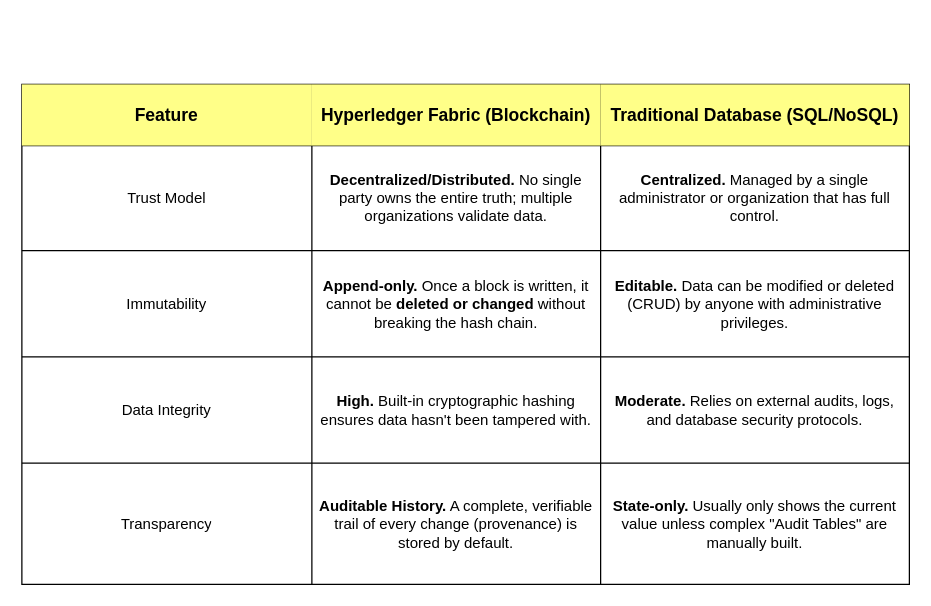
SifisoMzansi/architecture-diagrams keeps this draw.io diagram as BlockchainVSTraditionalDB.drawio. Above is the earlier version. Source tidied: cells renumbered, new cells numbered last; positions are measured from the earlier drawing's top-left corner, leaving out a move shared by most shapes. Both pictures are drawn from the tidied source at 125%, with x=0, y=0 at pixel (21, 84).
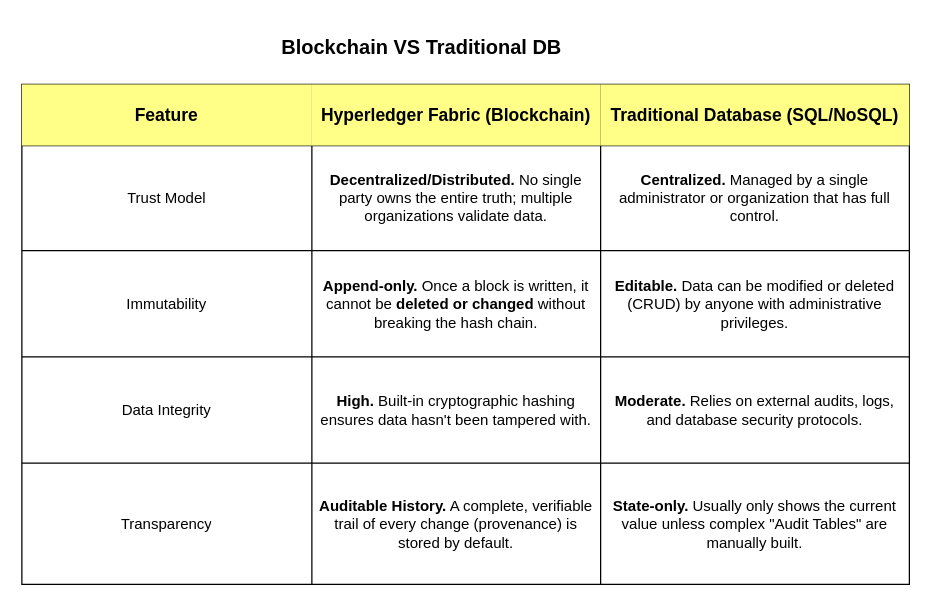
The same page after the edit.

What changed in the source:
```diff
@@
+    <mxCell id="23" value="Blockchain VS Traditional DB" style="text;html=1;whiteSpace=wrap;strokeColor=none;fillColor=none;align=center;verticalAlign=middle;rounded=0;fontSize=16;fontStyle=1;" parent="1" vertex="1">
+      <mxGeometry x="140" y="-50" width="360" height="40" as="geometry" />
+    </mxCell>
```
